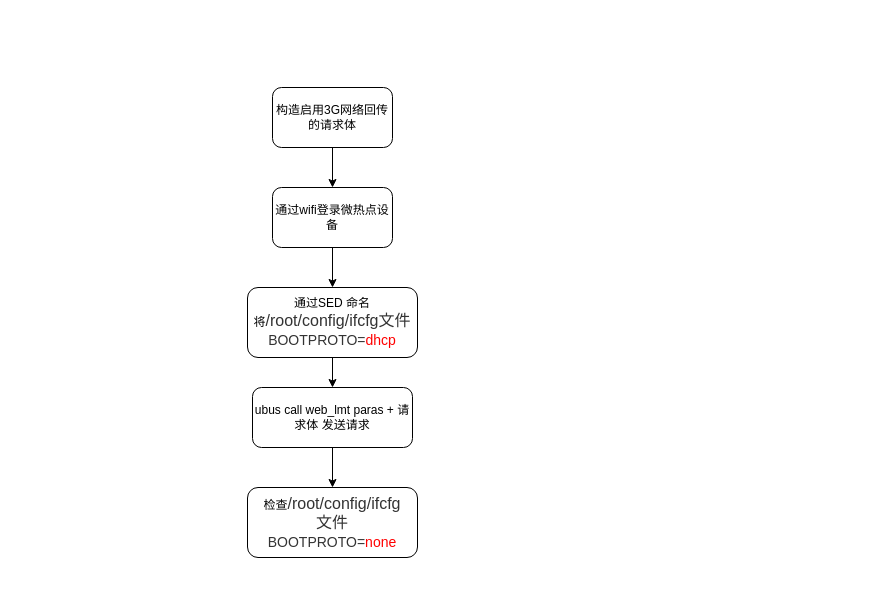
This is platform_receiving_3G.drawio from Chenguoqing2008/drawio, a draw.io file, before an edit. Source tidied: cells renumbered, new cells numbered last; positions are measured from the earlier drawing's top-left corner, leaving out a move shared by most shapes. Both pictures are drawn from the tidied source at 100%, with x=0, y=0 at pixel (247, 87).
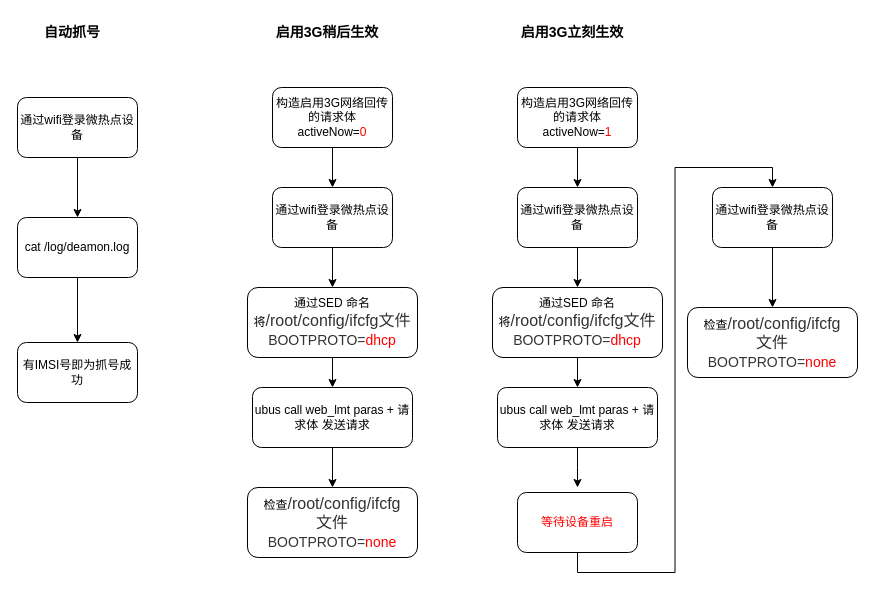
The same page after the edit.

Diff of the diagram source:
```diff
@@
-    <mxCell id="3" value="构造启用3G网络回传的请求体" style="rounded=1;whiteSpace=wrap;html=1;" parent="1" vertex="1">
+    <mxCell id="3" value="构造启用3G网络回传的请求体&lt;br&gt;activeNow=&lt;font color=&quot;#ff0000&quot;&gt;0&lt;/font&gt;" style="rounded=1;whiteSpace=wrap;html=1;" parent="1" vertex="1">
       <mxGeometry x="25" width="120" height="60" as="geometry" />
     </mxCell>
@@
+    <mxCell id="11" value="&lt;font style=&quot;font-size: 14px&quot;&gt;&lt;b&gt;启用3G稍后生效&lt;/b&gt;&lt;/font&gt;" style="text;html=1;strokeColor=none;fillColor=none;align=center;verticalAlign=middle;whiteSpace=wrap;rounded=0;" parent="1" vertex="1">
+      <mxGeometry x="25" y="-70" width="110" height="30" as="geometry" />
+    </mxCell>
+    <mxCell id="12" style="edgeStyle=orthogonalEdgeStyle;rounded=0;jettySize=auto;html=1;exitX=0.5;exitY=1;exitDx=0;exitDy=0;entryX=0.5;entryY=0;entryDx=0;entryDy=0;" parent="1" edge="1" source="13" target="15">
+      <mxGeometry relative="1" as="geometry" />
+    </mxCell>
+    <mxCell id="13" value="构造启用3G网络回传的请求体&lt;br&gt;activeNow=&lt;font color=&quot;#ff0000&quot;&gt;1&lt;/font&gt;" style="rounded=1;whiteSpace=wrap;html=1;" parent="1" vertex="1">
+      <mxGeometry x="270" width="120" height="60" as="geometry" />
+    </mxCell>
+    <mxCell id="14" style="edgeStyle=orthogonalEdgeStyle;rounded=0;jettySize=auto;html=1;exitX=0.5;exitY=1;exitDx=0;exitDy=0;entryX=0.5;entryY=0;entryDx=0;entryDy=0;" parent="1" edge="1" source="15" target="17">
+      <mxGeometry relative="1" as="geometry" />
+    </mxCell>
+    <mxCell id="15" value="通过wifi登录微热点设备" style="rounded=1;whiteSpace=wrap;html=1;" parent="1" vertex="1">
+      <mxGeometry x="270" y="100" width="120" height="60" as="geometry" />
+    </mxCell>
+    <mxCell id="16" style="edgeStyle=orthogonalEdgeStyle;rounded=0;jettySize=auto;html=1;exitX=0.5;exitY=1;exitDx=0;exitDy=0;entryX=0.5;entryY=0;entryDx=0;entryDy=0;" parent="1" edge="1" source="17" target="19">
+      <mxGeometry relative="1" as="geometry" />
+    </mxCell>
+    <mxCell id="17" value="通过SED&amp;nbsp;命名将&lt;span lang=&quot;EN-US&quot; style=&quot;font-size: 12pt&quot;&gt;&lt;font color=&quot;#333333&quot;&gt;/root/config/ifcfg文件&lt;/font&gt;&lt;br&gt;&lt;span lang=&quot;EN-US&quot; style=&quot;font-size: 10.5pt&quot;&gt;&lt;font color=&quot;#333333&quot;&gt;BOOTPROTO=&lt;/font&gt;&lt;font color=&quot;#ff0000&quot;&gt;dhcp&lt;/font&gt;&lt;/span&gt;&lt;br&gt;&lt;/span&gt;" style="rounded=1;whiteSpace=wrap;html=1;" parent="1" vertex="1">
+      <mxGeometry x="245" y="200" width="170" height="70" as="geometry" />
+    </mxCell>
+    <mxCell id="18" style="edgeStyle=orthogonalEdgeStyle;rounded=0;jettySize=auto;html=1;exitX=0.5;exitY=1;exitDx=0;exitDy=0;entryX=0.5;entryY=0;entryDx=0;entryDy=0;" parent="1" edge="1" source="19">
+      <mxGeometry relative="1" as="geometry">
+        <mxPoint x="330" y="400" as="targetPoint" />
+      </mxGeometry>
+    </mxCell>
+    <mxCell id="19" value="ubus call web_lmt paras +&amp;nbsp;请求体&amp;nbsp;发送请求" style="rounded=1;whiteSpace=wrap;html=1;" parent="1" vertex="1">
+      <mxGeometry x="250" y="300" width="160" height="60" as="geometry" />
+    </mxCell>
+    <mxCell id="20" value="&lt;font style=&quot;font-size: 14px&quot;&gt;&lt;b&gt;启用3G立刻生效&lt;/b&gt;&lt;/font&gt;" style="text;html=1;strokeColor=none;fillColor=none;align=center;verticalAlign=middle;whiteSpace=wrap;rounded=0;" parent="1" vertex="1">
+      <mxGeometry x="270" y="-70" width="110" height="30" as="geometry" />
+    </mxCell>
+    <mxCell id="21" style="edgeStyle=orthogonalEdgeStyle;rounded=0;jettySize=auto;html=1;exitX=0.5;exitY=1;exitDx=0;exitDy=0;entryX=0.5;entryY=0;entryDx=0;entryDy=0;" parent="1" edge="1" source="22" target="24">
+      <mxGeometry relative="1" as="geometry" />
+    </mxCell>
+    <mxCell id="22" value="&lt;font color=&quot;#ff0000&quot;&gt;等待设备重启&lt;/font&gt;" style="rounded=1;whiteSpace=wrap;html=1;" parent="1" vertex="1">
+      <mxGeometry x="270" y="405" width="120" height="60" as="geometry" />
+    </mxCell>
+    <mxCell id="23" style="edgeStyle=orthogonalEdgeStyle;rounded=0;jettySize=auto;html=1;exitX=0.5;exitY=1;exitDx=0;exitDy=0;entryX=0.5;entryY=0;entryDx=0;entryDy=0;" parent="1" edge="1" source="24" target="25">
+      <mxGeometry relative="1" as="geometry" />
+    </mxCell>
+    <mxCell id="24" value="通过wifi登录微热点设备" style="rounded=1;whiteSpace=wrap;html=1;" parent="1" vertex="1">
+      <mxGeometry x="465" y="100" width="120" height="60" as="geometry" />
+    </mxCell>
+    <mxCell id="25" value="检查&lt;span lang=&quot;EN-US&quot; style=&quot;font-size: 12pt&quot;&gt;&lt;font color=&quot;#333333&quot;&gt;/root/config/ifcfg&lt;br&gt;文件&lt;/font&gt;&lt;br&gt;&lt;span lang=&quot;EN-US&quot; style=&quot;font-size: 10.5pt&quot;&gt;&lt;font color=&quot;#333333&quot;&gt;BOOTPROTO=&lt;/font&gt;&lt;font color=&quot;#ff0000&quot;&gt;none&lt;/font&gt;&lt;/span&gt;&lt;br&gt;&lt;/span&gt;" style="rounded=1;whiteSpace=wrap;html=1;" parent="1" vertex="1">
+      <mxGeometry x="440" y="220" width="170" height="70" as="geometry" />
+    </mxCell>
+    <mxCell id="26" value="&lt;span style=&quot;font-size: 14px&quot;&gt;&lt;b&gt;自动抓号&lt;/b&gt;&lt;/span&gt;" style="text;html=1;strokeColor=none;fillColor=none;align=center;verticalAlign=middle;whiteSpace=wrap;rounded=0;" parent="1" vertex="1">
+      <mxGeometry x="-230" y="-70" width="110" height="30" as="geometry" />
+    </mxCell>
+    <mxCell id="27" style="edgeStyle=orthogonalEdgeStyle;rounded=0;jettySize=auto;html=1;exitX=0.5;exitY=1;exitDx=0;exitDy=0;entryX=0.5;entryY=0;entryDx=0;entryDy=0;" parent="1" edge="1" source="28" target="30">
+      <mxGeometry relative="1" as="geometry" />
+    </mxCell>
+    <mxCell id="28" value="通过wifi登录微热点设备" style="rounded=1;whiteSpace=wrap;html=1;" parent="1" vertex="1">
+      <mxGeometry x="-230" y="10" width="120" height="60" as="geometry" />
+    </mxCell>
+    <mxCell id="29" style="edgeStyle=orthogonalEdgeStyle;rounded=0;jettySize=auto;html=1;exitX=0.5;exitY=1;exitDx=0;exitDy=0;entryX=0.5;entryY=0;entryDx=0;entryDy=0;" parent="1" edge="1" source="30" target="31">
+      <mxGeometry relative="1" as="geometry" />
+    </mxCell>
+    <mxCell id="30" value="cat /log/deamon.log" style="rounded=1;whiteSpace=wrap;html=1;" parent="1" vertex="1">
+      <mxGeometry x="-230" y="130" width="120" height="60" as="geometry" />
+    </mxCell>
+    <mxCell id="31" value="有IMSI号即为抓号成功" style="rounded=1;whiteSpace=wrap;html=1;" parent="1" vertex="1">
+      <mxGeometry x="-230" y="255" width="120" height="60" as="geometry" />
+    </mxCell>
```
